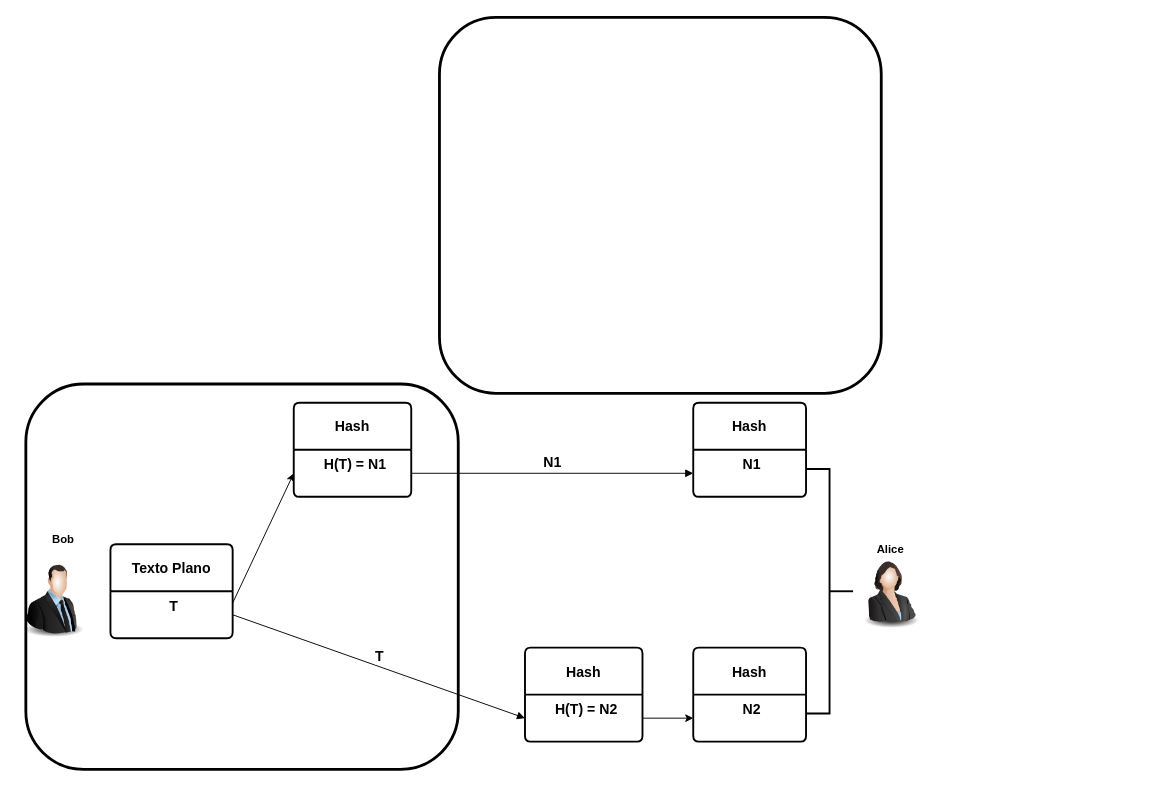
Above: pki/img/hash.drawio in abreuferr/criptografia (draw.io), before the change. Source tidied: cells renumbered, new cells numbered last; positions are measured from the earlier drawing's top-left corner, leaving out a move shared by most shapes. Both pictures are drawn from the tidied source at 94%, with x=0, y=0 at pixel (16, 17).
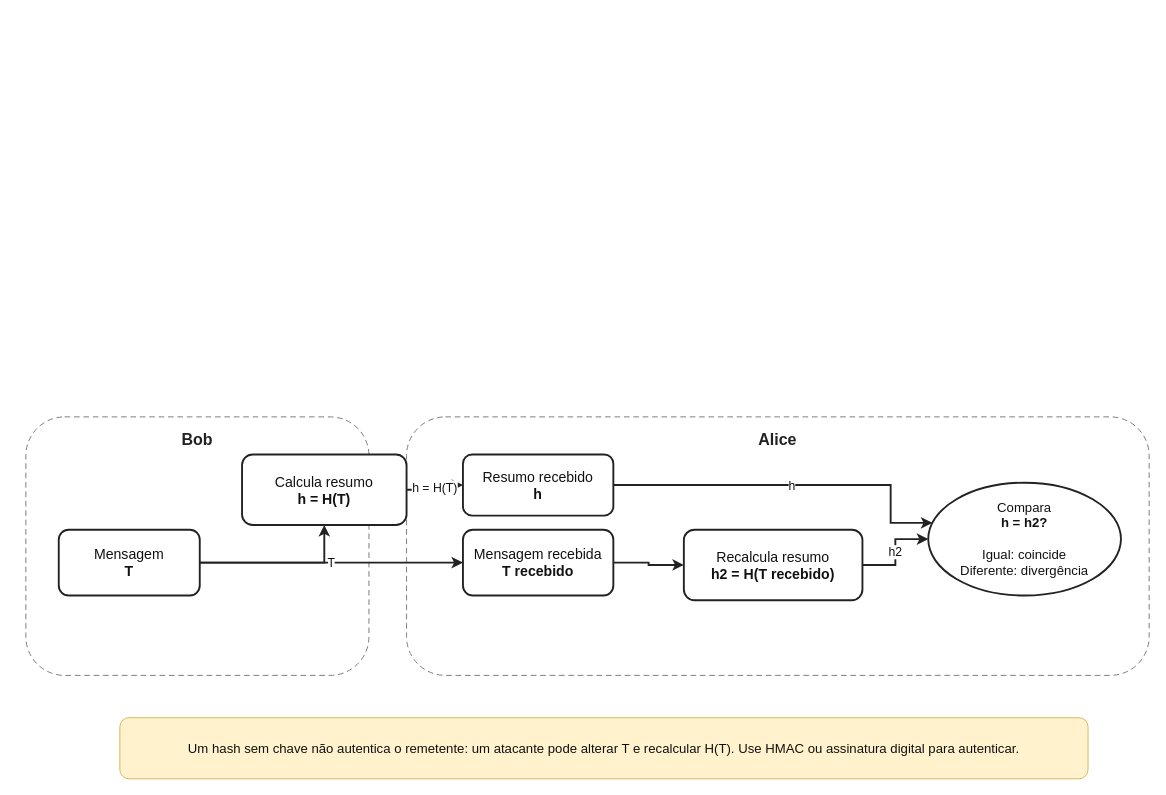
The same page after the edit.

Change to the diagram source:
```diff
@@
-<mxGraphModel>
+<mxGraphModel background="#ffffff">
@@
-    <mxCell id="2" value="Bob" style="text;html=1;align=center;verticalAlign=middle;whiteSpace=wrap;rounded=0;fontStyle=1;" parent="1" vertex="1">
-      <mxGeometry x="20" y="540.5" width="60" height="30" as="geometry" />
+    <mxCell id="2" value="Bob" style="rounded=1;whiteSpace=wrap;html=1;fillColor=none;strokeColor=#777777;strokeWidth=1;dashed=1;dashPattern=6 4;fontColor=#222222;fontSize=17;fontStyle=1;verticalAlign=top;spacingTop=8;fontFamily=Helvetica;" parent="1" vertex="1">
+      <mxGeometry x="10" y="425" width="365" height="275" as="geometry" />
     </mxCell>
-    <mxCell id="3" value="Alice" style="text;html=1;align=center;verticalAlign=middle;whiteSpace=wrap;rounded=0;fontStyle=1;" parent="1" vertex="1">
-      <mxGeometry x="900" y="550.5" width="60" height="30" as="geometry" />
+    <mxCell id="3" value="Alice" style="rounded=1;whiteSpace=wrap;html=1;fillColor=none;strokeColor=#777777;strokeWidth=1;dashed=1;dashPattern=6 4;fontColor=#222222;fontSize=17;fontStyle=1;verticalAlign=top;spacingTop=8;fontFamily=Helvetica;" parent="1" vertex="1">
+      <mxGeometry x="415" y="425" width="790" height="275" as="geometry" />
     </mxCell>
-    <mxCell id="4" style="strokeWidth=2;html=1;shape=mxgraph.flowchart.annotation_2;align=left;labelPosition=right;direction=west;" parent="1" vertex="1">
-      <mxGeometry x="840" y="480.5" width="50" height="260" as="geometry" />
-    </mxCell>
-    <mxCell id="5" style="image;html=1;image=img/lib/clip_art/people/Suit_Woman_128x128.png;" parent="1" vertex="1">
-      <mxGeometry x="890" y="570.5" width="80" height="80" as="geometry" />
-    </mxCell>
-    <mxCell id="6" style="image;html=1;image=img/lib/clip_art/people/Suit_Man_128x128.png;" parent="1" vertex="1">
-      <mxGeometry y="580.5" width="80" height="80" as="geometry" />
-    </mxCell>
-    <mxCell id="7" value="&lt;b&gt;&lt;font style=&quot;font-size: 15px;&quot;&gt;Texto Plano&lt;/font&gt;&lt;/b&gt;" style="swimlane;horizontal=1;startSize=50;rounded=1;fontSize=14;fontStyle=0;strokeWidth=2;shadow=0;dashed=0;align=center;arcSize=4;whiteSpace=wrap;html=1;" parent="1" vertex="1">
-      <mxGeometry x="100" y="560.5" width="130" height="100" as="geometry" />
-    </mxCell>
-    <mxCell id="8" value="&lt;b&gt;&lt;font style=&quot;font-size: 15px;&quot;&gt;T&lt;/font&gt;&lt;/b&gt;" style="align=center;strokeColor=none;fillColor=none;spacingLeft=4;fontSize=12;verticalAlign=top;html=1;" parent="7" vertex="1">
-      <mxGeometry y="50" width="130" height="50" as="geometry" />
-    </mxCell>
-    <mxCell id="9" style="rounded=1;whiteSpace=wrap;html=1;fillColor=none;strokeWidth=3;" parent="7" vertex="1">
-      <mxGeometry y="100" width="130" as="geometry" />
-    </mxCell>
-    <mxCell id="10" style="rounded=1;whiteSpace=wrap;html=1;fillColor=none;strokeWidth=3;" parent="7" vertex="1">
-      <mxGeometry y="100" width="130" as="geometry" />
-    </mxCell>
-    <mxCell id="11" style="rounded=1;whiteSpace=wrap;html=1;fillColor=none;strokeWidth=3;" parent="7" vertex="1">
-      <mxGeometry y="100" width="130" as="geometry" />
-    </mxCell>
-    <mxCell id="12" style="rounded=1;whiteSpace=wrap;html=1;fillColor=none;strokeWidth=3;" parent="7" vertex="1">
-      <mxGeometry y="100" width="130" as="geometry" />
-    </mxCell>
-    <mxCell id="13" style="rounded=1;whiteSpace=wrap;html=1;fillColor=none;strokeWidth=3;" parent="7" vertex="1">
-      <mxGeometry y="100" width="130" as="geometry" />
-    </mxCell>
-    <mxCell id="14" style="rounded=1;whiteSpace=wrap;html=1;" parent="7" vertex="1">
-      <mxGeometry y="100" width="130" as="geometry" />
-    </mxCell>
-    <mxCell id="15" value="&lt;b&gt;&lt;font style=&quot;font-size: 15px;&quot;&gt;Hash&lt;/font&gt;&lt;/b&gt;" style="swimlane;horizontal=1;startSize=50;rounded=1;fontSize=14;fontStyle=0;strokeWidth=2;shadow=0;dashed=0;align=center;arcSize=4;whiteSpace=wrap;html=1;" parent="1" vertex="1">
-      <mxGeometry x="295" y="410" width="125" height="100" as="geometry" />
-    </mxCell>
-    <mxCell id="16" value="&lt;b style=&quot;font-size: 15px;&quot;&gt;H(T)&lt;/b&gt;&lt;span style=&quot;font-size: 15px;&quot;&gt;&lt;b&gt;&amp;nbsp;= N1&lt;/b&gt;&lt;/span&gt;" style="align=center;strokeColor=none;fillColor=none;spacingLeft=4;fontSize=12;verticalAlign=top;html=1;" parent="15" vertex="1">
-      <mxGeometry y="50" width="125" height="50" as="geometry" />
-    </mxCell>
-    <mxCell id="17" value="&lt;b&gt;&lt;font style=&quot;font-size: 15px;&quot;&gt;Hash&lt;/font&gt;&lt;/b&gt;" style="swimlane;horizontal=1;startSize=50;rounded=1;fontSize=14;fontStyle=0;strokeWidth=2;shadow=0;dashed=0;align=center;arcSize=4;whiteSpace=wrap;html=1;" parent="1" vertex="1">
-      <mxGeometry x="720" y="410" width="120" height="100" as="geometry" />
-    </mxCell>
-    <mxCell id="18" value="&lt;span style=&quot;font-size: 15px;&quot;&gt;&lt;b&gt;N1&lt;/b&gt;&lt;/span&gt;" style="align=center;strokeColor=none;fillColor=none;spacingLeft=4;fontSize=12;verticalAlign=top;html=1;" parent="17" vertex="1">
-      <mxGeometry y="50" width="120" height="50" as="geometry" />
-    </mxCell>
-    <mxCell id="19" value="&lt;b&gt;&lt;font style=&quot;font-size: 15px;&quot;&gt;Hash&lt;/font&gt;&lt;/b&gt;" style="swimlane;horizontal=1;startSize=50;rounded=1;fontSize=14;fontStyle=0;strokeWidth=2;shadow=0;dashed=0;align=center;arcSize=4;whiteSpace=wrap;html=1;" parent="1" vertex="1">
-      <mxGeometry x="541" y="670.5" width="125" height="100" as="geometry" />
-    </mxCell>
-    <mxCell id="20" value="&lt;b style=&quot;font-size: 15px;&quot;&gt;H(T) =&amp;nbsp;&lt;/b&gt;&lt;span style=&quot;font-size: 15px;&quot;&gt;&lt;b&gt;N2&lt;/b&gt;&lt;/span&gt;" style="align=center;strokeColor=none;fillColor=none;spacingLeft=4;fontSize=12;verticalAlign=top;html=1;" parent="19" vertex="1">
-      <mxGeometry y="50" width="125" height="50" as="geometry" />
-    </mxCell>
-    <mxCell id="21" style="endArrow=classic;html=1;rounded=0;exitX=1;exitY=0.25;exitDx=0;exitDy=0;entryX=0;entryY=0.75;entryDx=0;entryDy=0;" parent="1" edge="1" source="8" target="15">
-      <mxGeometry relative="1" as="geometry" />
-    </mxCell>
-    <mxCell id="22" value="&lt;b&gt;&lt;font style=&quot;font-size: 15px;&quot;&gt;N1&lt;/font&gt;&lt;/b&gt;" style="html=1;verticalAlign=bottom;endArrow=block;curved=0;rounded=0;exitX=1;exitY=0.5;exitDx=0;exitDy=0;entryX=0;entryY=0.75;entryDx=0;entryDy=0;" parent="1" edge="1" source="16" target="17">
-      <mxGeometry relative="1" as="geometry" />
-    </mxCell>
-    <mxCell id="23" value="&lt;b&gt;&lt;font style=&quot;font-size: 15px;&quot;&gt;T&lt;/font&gt;&lt;/b&gt;" style="html=1;verticalAlign=bottom;endArrow=block;curved=0;rounded=0;exitX=1;exitY=0.5;exitDx=0;exitDy=0;entryX=0;entryY=0.75;entryDx=0;entryDy=0;" parent="1" edge="1" source="8" target="19">
-      <mxGeometry relative="1" as="geometry" />
-    </mxCell>
-    <mxCell id="24" value="&lt;b&gt;&lt;font style=&quot;font-size: 15px;&quot;&gt;Hash&lt;/font&gt;&lt;/b&gt;" style="swimlane;horizontal=1;startSize=50;rounded=1;fontSize=14;fontStyle=0;strokeWidth=2;shadow=0;dashed=0;align=center;arcSize=4;whiteSpace=wrap;html=1;" parent="1" vertex="1">
-      <mxGeometry x="720" y="670.5" width="120" height="100" as="geometry" />
-    </mxCell>
-    <mxCell id="25" value="&lt;span style=&quot;font-size: 15px;&quot;&gt;&lt;b&gt;N2&lt;/b&gt;&lt;/span&gt;" style="align=center;strokeColor=none;fillColor=none;spacingLeft=4;fontSize=12;verticalAlign=top;html=1;" parent="24" vertex="1">
-      <mxGeometry y="50" width="120" height="50" as="geometry" />
-    </mxCell>
-    <mxCell id="26" style="endArrow=classic;html=1;rounded=0;exitX=1;exitY=0.5;exitDx=0;exitDy=0;" parent="1" edge="1" source="20" target="25">
-      <mxGeometry relative="1" as="geometry" />
-    </mxCell>
-    <mxCell id="27" style="rounded=1;whiteSpace=wrap;html=1;fillColor=none;strokeWidth=3;" parent="1" vertex="1">
-      <mxGeometry x="450" width="470" height="400" as="geometry" />
-    </mxCell>
-    <mxCell id="28" style="rounded=1;whiteSpace=wrap;html=1;fillColor=none;strokeWidth=3;" parent="1" vertex="1">
-      <mxGeometry x="10" y="390" width="460" height="410" as="geometry" />
-    </mxCell>
+    <mxCell id="29" value="Mensagem&lt;br&gt;&lt;b&gt;T&lt;/b&gt;" style="rounded=1;whiteSpace=wrap;html=1;fillColor=#ffffff;strokeColor=#222222;strokeWidth=2;fontColor=#111111;fontSize=15;align=center;verticalAlign=middle;fontFamily=Helvetica;" parent="1" vertex="1">
+      <mxGeometry x="45" y="545" width="150" height="70" as="geometry" />
+    </mxCell>
+    <mxCell id="30" value="Calcula resumo&lt;br&gt;&lt;b&gt;h = H(T)&lt;/b&gt;" style="rounded=1;whiteSpace=wrap;html=1;fillColor=#ffffff;strokeColor=#222222;strokeWidth=2;fontColor=#111111;fontSize=15;align=center;verticalAlign=middle;fontFamily=Helvetica;" parent="1" vertex="1">
+      <mxGeometry x="240" y="465" width="175" height="75" as="geometry" />
+    </mxCell>
+    <mxCell id="31" value="Mensagem recebida&lt;br&gt;&lt;b&gt;T recebido&lt;/b&gt;" style="rounded=1;whiteSpace=wrap;html=1;fillColor=#ffffff;strokeColor=#222222;strokeWidth=2;fontColor=#111111;fontSize=15;align=center;verticalAlign=middle;fontFamily=Helvetica;" parent="1" vertex="1">
+      <mxGeometry x="475" y="545" width="160" height="70" as="geometry" />
+    </mxCell>
+    <mxCell id="32" value="Recalcula resumo&lt;br&gt;&lt;b&gt;h2 = H(T recebido)&lt;/b&gt;" style="rounded=1;whiteSpace=wrap;html=1;fillColor=#ffffff;strokeColor=#222222;strokeWidth=2;fontColor=#111111;fontSize=15;align=center;verticalAlign=middle;fontFamily=Helvetica;" parent="1" vertex="1">
+      <mxGeometry x="710" y="545" width="190" height="75" as="geometry" />
+    </mxCell>
+    <mxCell id="33" value="Resumo recebido&lt;br&gt;&lt;b&gt;h&lt;/b&gt;" style="rounded=1;whiteSpace=wrap;html=1;fillColor=#ffffff;strokeColor=#222222;strokeWidth=2;fontColor=#111111;fontSize=15;align=center;verticalAlign=middle;fontFamily=Helvetica;" parent="1" vertex="1">
+      <mxGeometry x="475" y="465" width="160" height="65" as="geometry" />
+    </mxCell>
+    <mxCell id="34" value="Compara&lt;br&gt;&lt;b&gt;h = h2?&lt;/b&gt;&lt;br&gt;&lt;br&gt;Igual: coincide&lt;br&gt;Diferente: divergência" style="ellipse;whiteSpace=wrap;html=1;fillColor=#ffffff;strokeColor=#222222;strokeWidth=2;fontColor=#111111;fontSize=14;align=center;verticalAlign=middle;fontFamily=Helvetica;rounded=1;" parent="1" vertex="1">
+      <mxGeometry x="970" y="495" width="205" height="120" as="geometry" />
+    </mxCell>
+    <mxCell id="35" value="Um hash sem chave não autentica o remetente: um atacante pode alterar T e recalcular H(T). Use HMAC ou assinatura digital para autenticar." style="rounded=1;whiteSpace=wrap;html=1;fillColor=#fff2cc;strokeColor=#d6b656;strokeWidth=1;fontColor=#111111;fontSize=14;align=center;verticalAlign=middle;fontFamily=Helvetica;" parent="1" vertex="1">
+      <mxGeometry x="110" y="745" width="1030" height="65" as="geometry" />
+    </mxCell>
+    <mxCell id="36" style="edgeStyle=orthogonalEdgeStyle;rounded=0;jettySize=auto;html=1;strokeColor=#222222;strokeWidth=2;endArrow=classic;endFill=1;fontColor=#111111;fontSize=13;fontFamily=Helvetica;" parent="1" edge="1" source="29" target="30">
+      <mxGeometry relative="1" as="geometry" />
+    </mxCell>
+    <mxCell id="37" value="T" style="edgeStyle=orthogonalEdgeStyle;rounded=0;jettySize=auto;html=1;strokeColor=#222222;strokeWidth=2;endArrow=classic;endFill=1;fontColor=#111111;fontSize=13;fontFamily=Helvetica;" parent="1" edge="1" source="29" target="31">
+      <mxGeometry relative="1" as="geometry" />
+    </mxCell>
+    <mxCell id="38" value="h = H(T)" style="edgeStyle=orthogonalEdgeStyle;rounded=0;jettySize=auto;html=1;strokeColor=#222222;strokeWidth=2;endArrow=classic;endFill=1;fontColor=#111111;fontSize=13;fontFamily=Helvetica;" parent="1" edge="1" source="30" target="33">
+      <mxGeometry relative="1" as="geometry" />
+    </mxCell>
+    <mxCell id="39" style="edgeStyle=orthogonalEdgeStyle;rounded=0;jettySize=auto;html=1;strokeColor=#222222;strokeWidth=2;endArrow=classic;endFill=1;fontColor=#111111;fontSize=13;fontFamily=Helvetica;" parent="1" edge="1" source="31" target="32">
+      <mxGeometry relative="1" as="geometry" />
+    </mxCell>
+    <mxCell id="40" value="h" style="edgeStyle=orthogonalEdgeStyle;rounded=0;jettySize=auto;html=1;strokeColor=#222222;strokeWidth=2;endArrow=classic;endFill=1;fontColor=#111111;fontSize=13;exitX=1;exitY=0.5;entryX=0;entryY=0.35;fontFamily=Helvetica;" parent="1" edge="1" source="33" target="34">
+      <mxGeometry relative="1" as="geometry">
+        <Array as="points">
+          <mxPoint x="930" y="498" />
+          <mxPoint x="930" y="537" />
+        </Array>
+      </mxGeometry>
+    </mxCell>
+    <mxCell id="41" value="h2" style="edgeStyle=orthogonalEdgeStyle;rounded=0;jettySize=auto;html=1;strokeColor=#222222;strokeWidth=2;endArrow=classic;endFill=1;fontColor=#111111;fontSize=13;fontFamily=Helvetica;" parent="1" edge="1" source="32" target="34">
+      <mxGeometry relative="1" as="geometry" />
+    </mxCell>
```
